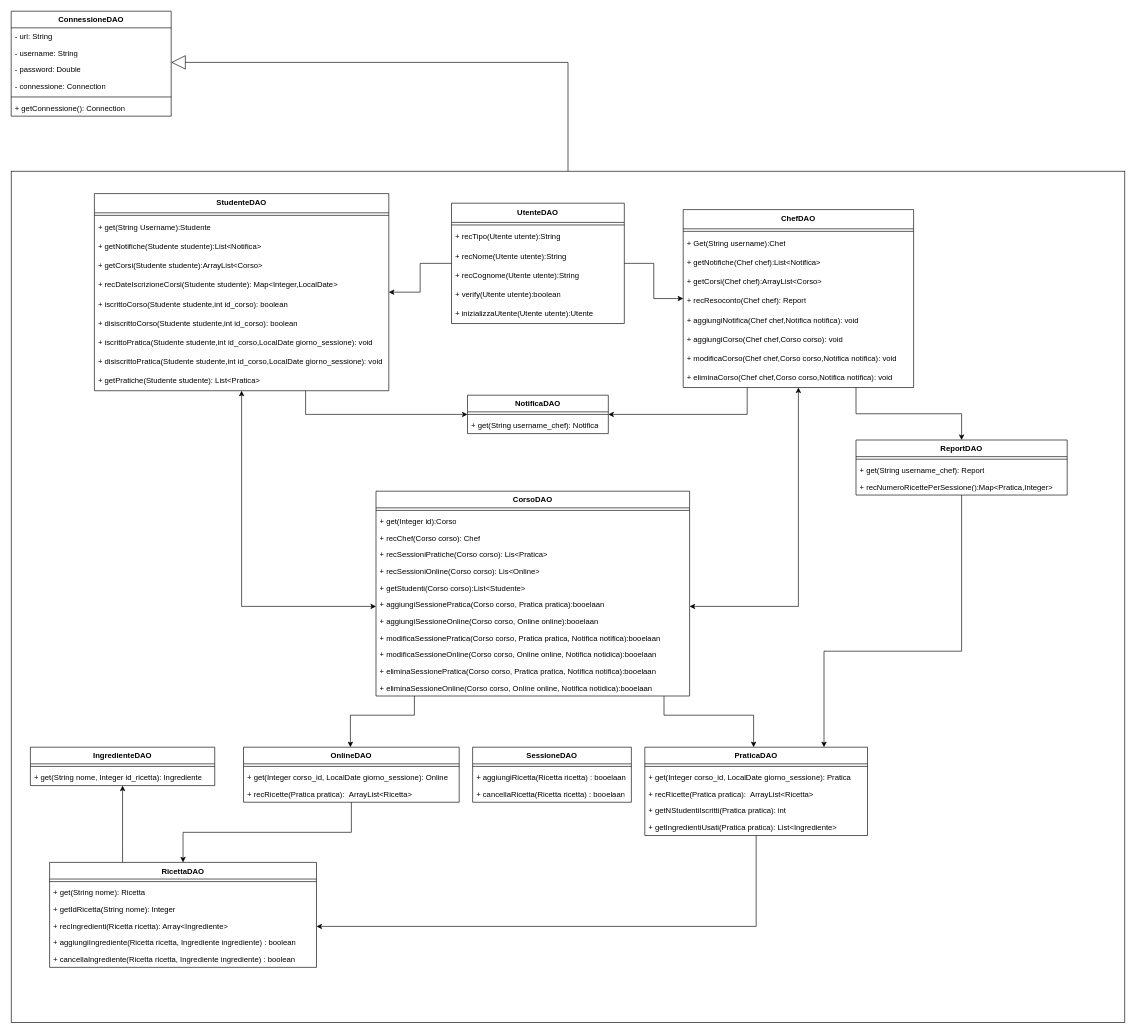
This is page "dao" (2 of 3) of obj/uml/UML1.drawio from MetisWastaken/UninaFoodLab, a draw.io file, before an edit. Source tidied: cells renumbered, new cells numbered last; positions are measured from the earlier drawing's top-left corner, leaving out a move shared by most shapes. Both pictures are drawn from the tidied source at 64%, with x=0, y=0 at pixel (11, 11).
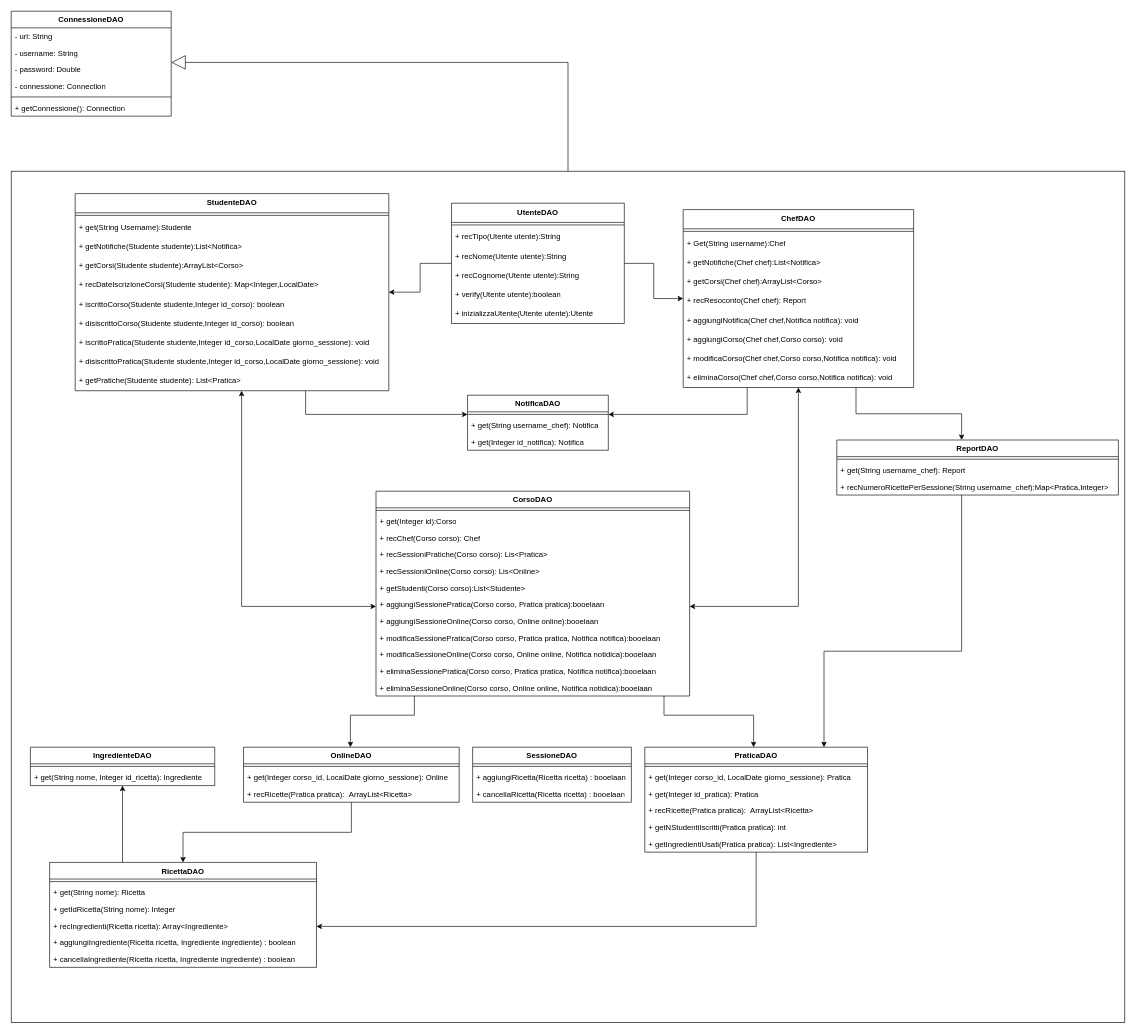
The same page after the edit.

The edit, as a diff of the source:
```diff
@@
     <mxCell id="32" value="PraticaDAO" style="swimlane;align=center;verticalAlign=top;horizontal=1;startSize=26;whiteSpace=wrap;html=1;" parent="1" vertex="1">
-      <mxGeometry x="990" y="1150" width="348" height="138" as="geometry" />
+      <mxGeometry x="990" y="1150" width="348" height="164" as="geometry" />
     </mxCell>
@@
+    <mxCell id="96" value="+ get(Integer id_pratica&lt;span style=&quot;background-color: transparent; color: light-dark(rgb(0, 0, 0), rgb(255, 255, 255));&quot;&gt;): Pratica&lt;/span&gt;" style="text;strokeColor=none;fillColor=none;align=left;verticalAlign=top;spacingLeft=4;spacingRight=4;overflow=hidden;whiteSpace=wrap;html=1;" parent="32" vertex="1">
+      <mxGeometry y="60" width="348" height="26" as="geometry" />
+    </mxCell>
     <mxCell id="35" value="+ recRicette(Pratica pratica):&amp;nbsp;&amp;nbsp;ArrayList&amp;lt;Ricetta&amp;gt;" style="text;strokeColor=none;fillColor=none;align=left;verticalAlign=top;spacingLeft=4;spacingRight=4;overflow=hidden;whiteSpace=wrap;html=1;" parent="32" vertex="1">
-      <mxGeometry y="60" width="348" height="26" as="geometry" />
+      <mxGeometry y="86" width="348" height="26" as="geometry" />
     </mxCell>
     <mxCell id="36" value="+ getNStudentiIscritti(Pratica pratica): int" style="text;strokeColor=none;fillColor=none;align=left;verticalAlign=top;spacingLeft=4;spacingRight=4;overflow=hidden;whiteSpace=wrap;html=1;" parent="32" vertex="1">
-      <mxGeometry y="86" width="348" height="26" as="geometry" />
+      <mxGeometry y="112" width="348" height="26" as="geometry" />
     </mxCell>
     <mxCell id="37" value="+ getIngredientiUsati(Pratica pratica): List&amp;lt;Ingrediente&amp;gt;" style="text;strokeColor=none;fillColor=none;align=left;verticalAlign=top;spacingLeft=4;spacingRight=4;overflow=hidden;whiteSpace=wrap;html=1;" parent="32" vertex="1">
-      <mxGeometry y="112" width="348" height="26" as="geometry" />
+      <mxGeometry y="138" width="348" height="26" as="geometry" />
     </mxCell>
@@
     <mxCell id="55" value="NotificaDAO" style="swimlane;align=center;verticalAlign=top;horizontal=1;startSize=26;whiteSpace=wrap;html=1;" parent="1" vertex="1">
-      <mxGeometry x="713" y="600" width="220" height="60" as="geometry" />
+      <mxGeometry x="713" y="600" width="220" height="86" as="geometry" />
     </mxCell>
@@
+    <mxCell id="97" value="+ get(Integer id_notifica&lt;span style=&quot;color: light-dark(rgb(0, 0, 0), rgb(255, 255, 255)); background-color: transparent;&quot;&gt;): Notifica&lt;/span&gt;" style="text;strokeColor=none;fillColor=none;align=left;verticalAlign=top;spacingLeft=4;spacingRight=4;overflow=hidden;whiteSpace=wrap;html=1;" parent="55" vertex="1">
+      <mxGeometry y="60" width="220" height="26" as="geometry" />
+    </mxCell>
@@
     <mxCell id="59" value="ReportDAO" style="swimlane;align=center;verticalAlign=top;horizontal=1;startSize=26;whiteSpace=wrap;html=1;" parent="1" vertex="1">
-      <mxGeometry x="1320" y="670" width="330" height="86" as="geometry" />
+      <mxGeometry x="1290" y="670" width="440" height="86" as="geometry" />
     </mxCell>
     <mxCell id="60" style="line;strokeWidth=1;fillColor=none;align=left;verticalAlign=middle;spacingTop=-1;spacingLeft=3;spacingRight=3;labelPosition=right;strokeColor=inherit;" parent="59" vertex="1">
-      <mxGeometry y="26" width="330" height="8" as="geometry" />
+      <mxGeometry y="26" width="440" height="8" as="geometry" />
     </mxCell>
     <mxCell id="61" value="&lt;div&gt;+ get(&lt;span style=&quot;background-color: transparent; color: light-dark(rgb(0, 0, 0), rgb(255, 255, 255));&quot;&gt;String username_chef&lt;/span&gt;&lt;span style=&quot;background-color: transparent; color: light-dark(rgb(0, 0, 0), rgb(255, 255, 255));&quot;&gt;): Report&lt;/span&gt;&lt;/div&gt;" style="text;strokeColor=none;fillColor=none;align=left;verticalAlign=top;spacingLeft=4;spacingRight=4;overflow=hidden;whiteSpace=wrap;html=1;" parent="59" vertex="1">
-      <mxGeometry y="34" width="330" height="26" as="geometry" />
+      <mxGeometry y="34" width="440" height="26" as="geometry" />
     </mxCell>
-    <mxCell id="62" value="+ recNumeroRicettePerSessione():Map&amp;lt;Pratica,Integer&amp;gt;" style="text;strokeColor=none;fillColor=none;align=left;verticalAlign=top;spacingLeft=4;spacingRight=4;overflow=hidden;whiteSpace=wrap;html=1;" parent="59" vertex="1">
-      <mxGeometry y="60" width="330" height="26" as="geometry" />
+    <mxCell id="62" value="+ recNumeroRicettePerSessione(String username_chef):Map&amp;lt;Pratica,Integer&amp;gt;" style="text;strokeColor=none;fillColor=none;align=left;verticalAlign=top;spacingLeft=4;spacingRight=4;overflow=hidden;whiteSpace=wrap;html=1;" parent="59" vertex="1">
+      <mxGeometry y="60" width="440" height="26" as="geometry" />
     </mxCell>
@@
     <mxCell id="85" value="&lt;b&gt;StudenteDAO&lt;/b&gt;" style="swimlane;fontStyle=0;horizontal=1;startSize=30;whiteSpace=wrap;html=1;" parent="1" vertex="1">
-      <mxGeometry x="130" y="285" width="460" height="308" as="geometry" />
+      <mxGeometry x="100" y="285" width="490" height="308" as="geometry" />
     </mxCell>
     <mxCell id="86" style="line;strokeWidth=1;fillColor=none;align=left;verticalAlign=middle;spacingTop=-1;spacingLeft=3;spacingRight=3;labelPosition=right;strokeColor=inherit;" parent="85" vertex="1">
-      <mxGeometry y="30" width="460" height="8" as="geometry" />
+      <mxGeometry y="30" width="490" height="8" as="geometry" />
     </mxCell>
     <mxCell id="87" value="+ get(String Username):Studente" style="text;strokeColor=none;fillColor=none;align=left;verticalAlign=middle;spacingLeft=4;spacingRight=4;overflow=hidden;whiteSpace=wrap;html=1;" parent="85" vertex="1">
-      <mxGeometry y="38" width="460" height="30" as="geometry" />
+      <mxGeometry y="38" width="490" height="30" as="geometry" />
     </mxCell>
     <mxCell id="88" value="+ getNotifiche(Studente studente):List&amp;lt;Notifica&amp;gt;" style="text;strokeColor=none;fillColor=none;align=left;verticalAlign=middle;spacingLeft=4;spacingRight=4;overflow=hidden;whiteSpace=wrap;html=1;" parent="85" vertex="1">
-      <mxGeometry y="68" width="460" height="30" as="geometry" />
+      <mxGeometry y="68" width="490" height="30" as="geometry" />
     </mxCell>
     <mxCell id="89" value="+ getCorsi(Studente studente):ArrayList&amp;lt;Corso&amp;gt;" style="text;strokeColor=none;fillColor=none;align=left;verticalAlign=middle;spacingLeft=4;spacingRight=4;overflow=hidden;whiteSpace=wrap;html=1;" parent="85" vertex="1">
-      <mxGeometry y="98" width="460" height="30" as="geometry" />
+      <mxGeometry y="98" width="490" height="30" as="geometry" />
     </mxCell>
     <mxCell id="90" value="+ recDateIscrizioneCorsi(Studente studente): Map&amp;lt;Integer,LocalDate&amp;gt;" style="text;strokeColor=none;fillColor=none;align=left;verticalAlign=middle;spacingLeft=4;spacingRight=4;overflow=hidden;whiteSpace=wrap;html=1;" parent="85" vertex="1">
-      <mxGeometry y="128" width="460" height="30" as="geometry" />
+      <mxGeometry y="128" width="490" height="30" as="geometry" />
     </mxCell>
-    <mxCell id="91" value="+ iscrittoCorso(Studente studente,int id_corso): boolean" style="text;strokeColor=none;fillColor=none;align=left;verticalAlign=middle;spacingLeft=4;spacingRight=4;overflow=hidden;whiteSpace=wrap;html=1;" parent="85" vertex="1">
-      <mxGeometry y="158" width="460" height="30" as="geometry" />
+    <mxCell id="91" value="+ iscrittoCorso(Studente studente,Integer id_corso): boolean" style="text;strokeColor=none;fillColor=none;align=left;verticalAlign=middle;spacingLeft=4;spacingRight=4;overflow=hidden;whiteSpace=wrap;html=1;" parent="85" vertex="1">
+      <mxGeometry y="158" width="490" height="30" as="geometry" />
     </mxCell>
-    <mxCell id="92" value="+ disiscrittoCorso(Studente studente,int id_corso): boolean" style="text;strokeColor=none;fillColor=none;align=left;verticalAlign=middle;spacingLeft=4;spacingRight=4;overflow=hidden;whiteSpace=wrap;html=1;" parent="85" vertex="1">
-      <mxGeometry y="188" width="460" height="30" as="geometry" />
+    <mxCell id="92" value="+ disiscrittoCorso(Studente studente,Integer id_corso): boolean" style="text;strokeColor=none;fillColor=none;align=left;verticalAlign=middle;spacingLeft=4;spacingRight=4;overflow=hidden;whiteSpace=wrap;html=1;" parent="85" vertex="1">
+      <mxGeometry y="188" width="490" height="30" as="geometry" />
     </mxCell>
-    <mxCell id="93" value="+ iscrittoPratica(Studente studente,int id_corso,LocalDate giorno_sessione): void" style="text;strokeColor=none;fillColor=none;align=left;verticalAlign=middle;spacingLeft=4;spacingRight=4;overflow=hidden;whiteSpace=wrap;html=1;" parent="85" vertex="1">
-      <mxGeometry y="218" width="460" height="30" as="geometry" />
+    <mxCell id="93" value="+ iscrittoPratica(Studente studente,Integer id_corso,LocalDate giorno_sessione): void" style="text;strokeColor=none;fillColor=none;align=left;verticalAlign=middle;spacingLeft=4;spacingRight=4;overflow=hidden;whiteSpace=wrap;html=1;" parent="85" vertex="1">
+      <mxGeometry y="218" width="490" height="30" as="geometry" />
     </mxCell>
-    <mxCell id="94" value="+ disiscrittoPratica(Studente studente&lt;span style=&quot;color: light-dark(rgb(0, 0, 0), rgb(255, 255, 255)); background-color: transparent;&quot;&gt;,int id_corso,LocalDate giorno_sessione): void&lt;/span&gt;" style="text;strokeColor=none;fillColor=none;align=left;verticalAlign=middle;spacingLeft=4;spacingRight=4;overflow=hidden;whiteSpace=wrap;html=1;" parent="85" vertex="1">
-      <mxGeometry y="248" width="460" height="30" as="geometry" />
+    <mxCell id="94" value="+ disiscrittoPratica(Studente studente&lt;span style=&quot;color: light-dark(rgb(0, 0, 0), rgb(255, 255, 255)); background-color: transparent;&quot;&gt;,&lt;/span&gt;Integer&amp;nbsp;&lt;span style=&quot;color: light-dark(rgb(0, 0, 0), rgb(255, 255, 255)); background-color: transparent;&quot;&gt;id_corso,LocalDate giorno_sessione): void&lt;/span&gt;" style="text;strokeColor=none;fillColor=none;align=left;verticalAlign=middle;spacingLeft=4;spacingRight=4;overflow=hidden;whiteSpace=wrap;html=1;" parent="85" vertex="1">
+      <mxGeometry y="248" width="490" height="30" as="geometry" />
     </mxCell>
     <mxCell id="95" value="+ getPratiche(Studente studente): List&amp;lt;Pratica&amp;gt;" style="text;strokeColor=none;fillColor=none;align=left;verticalAlign=middle;spacingLeft=4;spacingRight=4;overflow=hidden;whiteSpace=wrap;html=1;" parent="85" vertex="1">
-      <mxGeometry y="278" width="460" height="30" as="geometry" />
+      <mxGeometry y="278" width="490" height="30" as="geometry" />
     </mxCell>
```
